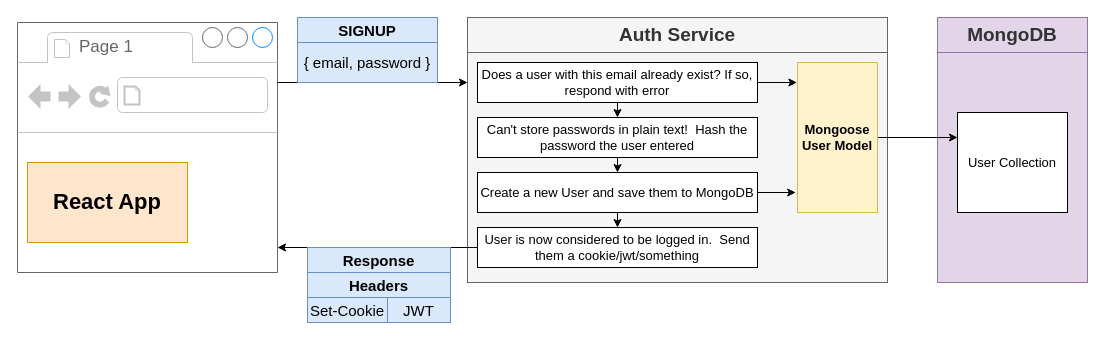
Earlier version of the draw.io diagram page "01 - signup" (1 of 7) of diagrams/05/06.drawio (HappySuzuki/microservices-cast). Source tidied: cells renumbered, new cells numbered last; positions are measured from the earlier drawing's top-left corner, leaving out a move shared by most shapes. Both pictures are drawn from the tidied source at 100%, with x=0, y=0 at pixel (17, 17).
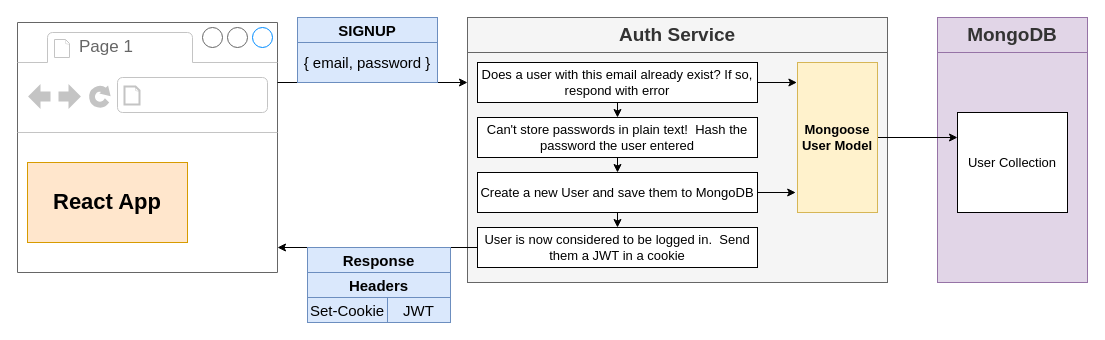
The same page after the edit.

What changed in the source:
```diff
@@
-    <mxCell id="20" value="User is now considered to be logged in.&amp;nbsp; Send them a cookie/jwt/something" style="rounded=0;whiteSpace=wrap;html=1;fontSize=13;" parent="1" vertex="1">
+    <mxCell id="20" value="User is now considered to be logged in.&amp;nbsp; Send them a JWT in a cookie" style="rounded=0;whiteSpace=wrap;html=1;fontSize=13;" parent="1" vertex="1">
       <mxGeometry x="460" y="210" width="280" height="40" as="geometry" />
     </mxCell>
```
